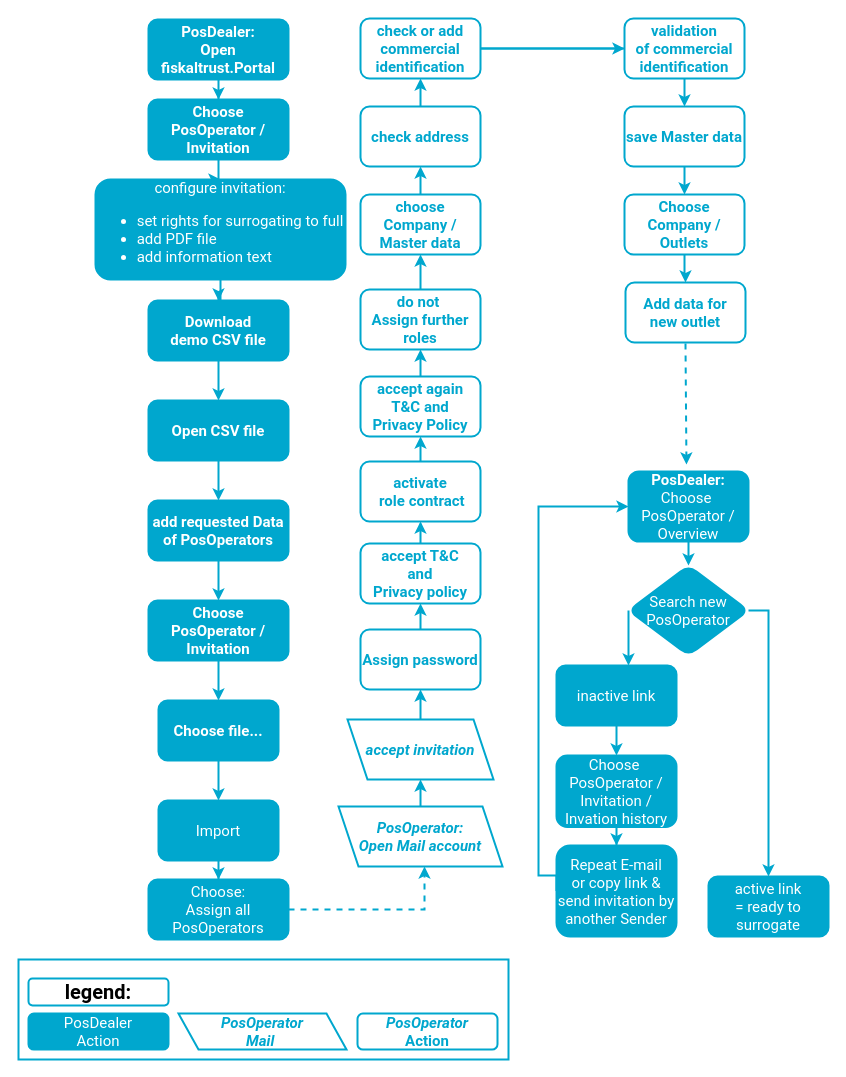
Above: getting-started/operator-onboarding/images/sources/onboarding-bulk.drawio in fiskaltrust/rollout-doc (draw.io), before the change. Source tidied: cells renumbered, new cells numbered last; positions are measured from the earlier drawing's top-left corner, leaving out a move shared by most shapes. Both pictures are drawn from the tidied source at 100%, with x=0, y=0 at pixel (18, 18).
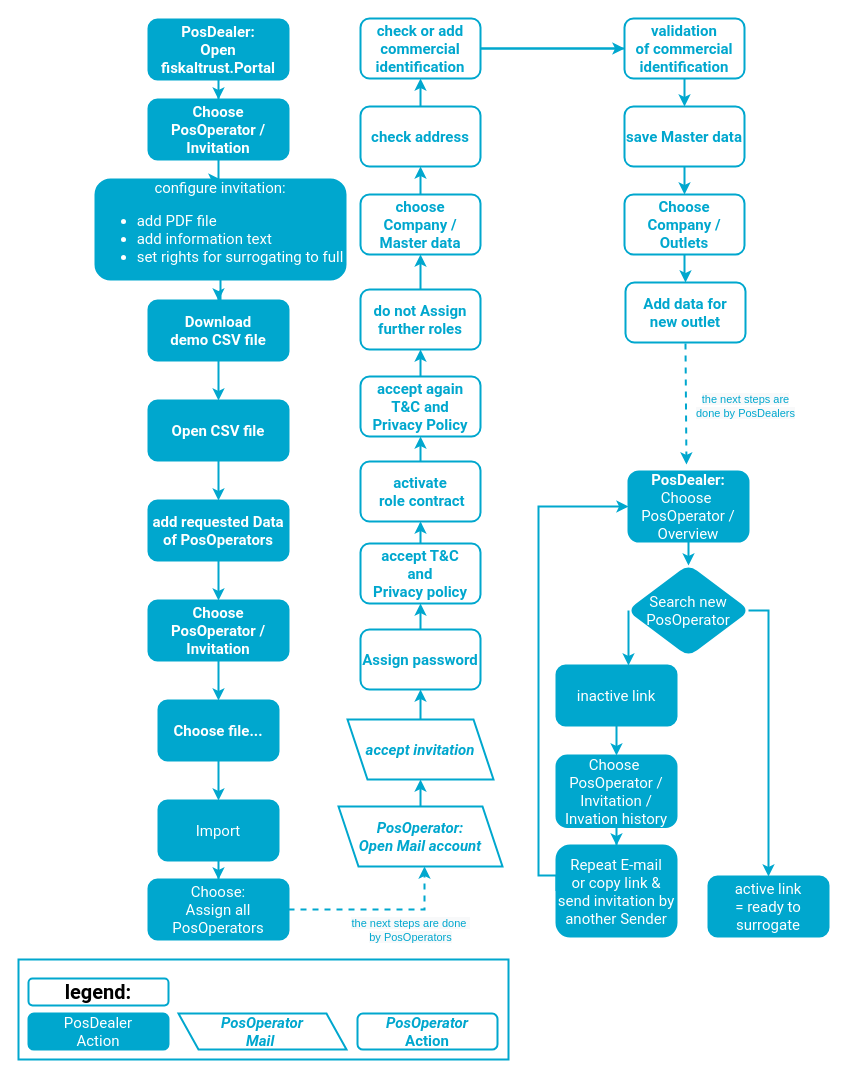
After the change.

Unchanged cells that the change refers to:
```xml
<mxCell id="30" style="edgeStyle=orthogonalEdgeStyle;rounded=0;jettySize=auto;html=1;fontFamily=Roboto;fontSize=15;fontColor=#00A7CE;strokeColor=#00A7CE;strokeWidth=2;dashed=1;" parent="1" edge="1" source="53" target="68">
  <mxGeometry relative="1" as="geometry">
    <Array as="points">
      <mxPoint x="406" y="891" />
    </Array>
  </mxGeometry>
</mxCell>
<mxCell id="57" style="edgeStyle=orthogonalEdgeStyle;rounded=0;jettySize=auto;html=1;strokeColor=#00A7CE;strokeWidth=2;dashed=1;entryX=0.483;entryY=-0.101;entryDx=0;entryDy=0;entryPerimeter=0;" parent="1" edge="1" target="43">
  <mxGeometry relative="1" as="geometry">
    <mxPoint x="667" y="325" as="sourcePoint" />
  </mxGeometry>
</mxCell>
```

Diff of the diagram source:
```diff
@@
-    <mxCell id="19" value="configure invitation:&lt;br&gt;&lt;ul&gt;&lt;li style=&quot;text-align: left&quot;&gt;set rights for surrogating to full&lt;/li&gt;&lt;li style=&quot;text-align: left&quot;&gt;add PDF file&lt;/li&gt;&lt;li style=&quot;text-align: left&quot;&gt;add information&amp;nbsp;text&lt;/li&gt;&lt;/ul&gt;" style="whiteSpace=wrap;html=1;rounded=1;fontFamily=Roboto;fontSize=15;fontColor=#FFFFFF;strokeColor=#00A7CE;fillColor=#00A7CE;strokeWidth=2;" parent="1" vertex="1">
+    <mxCell id="19" value="configure invitation:&lt;br&gt;&lt;ul&gt;&lt;li style=&quot;text-align: left&quot;&gt;&lt;span&gt;add PDF file&lt;/span&gt;&lt;br&gt;&lt;/li&gt;&lt;li style=&quot;text-align: left&quot;&gt;add information&amp;nbsp;text&lt;/li&gt;&lt;li style=&quot;text-align: left&quot;&gt;set rights for surrogating to full&lt;/li&gt;&lt;/ul&gt;" style="whiteSpace=wrap;html=1;rounded=1;fontFamily=Roboto;fontSize=15;fontColor=#FFFFFF;strokeColor=#00A7CE;fillColor=#00A7CE;strokeWidth=2;" parent="1" vertex="1">
       <mxGeometry x="77" y="161" width="250" height="100" as="geometry" />
     </mxCell>
@@
+    <mxCell id="69" value="&lt;span style=&quot;color: rgb(0 , 167 , 206) ; background-color: rgb(248 , 249 , 250)&quot;&gt;the next steps are done&amp;nbsp;&lt;/span&gt;&lt;br style=&quot;color: rgb(0 , 167 , 206) ; background-color: rgb(248 , 249 , 250)&quot;&gt;&lt;span style=&quot;color: rgb(0 , 167 , 206) ; background-color: rgb(248 , 249 , 250)&quot;&gt;by PosOperators&lt;/span&gt;" style="edgeLabel;html=1;align=center;verticalAlign=middle;" parent="30" vertex="1">
+      <mxGeometry x="-0.3" relative="1" as="geometry">
+        <mxPoint x="58" y="20" as="offset" />
+      </mxGeometry>
+    </mxCell>
@@
-    <mxCell id="36" value="&lt;h4&gt;do not&amp;nbsp;&lt;br&gt;Assign further roles&lt;/h4&gt;" style="whiteSpace=wrap;html=1;rounded=1;fontFamily=Roboto;fontSize=15;fontColor=#00A7CE;fontStyle=1;strokeColor=#00A7CE;flipV=1;strokeWidth=2;" parent="1" vertex="1">
+    <mxCell id="36" value="&lt;h4&gt;do not&amp;nbsp;Assign further roles&lt;/h4&gt;" style="whiteSpace=wrap;html=1;rounded=1;fontFamily=Roboto;fontSize=15;fontColor=#00A7CE;fontStyle=1;strokeColor=#00A7CE;flipV=1;strokeWidth=2;" parent="1" vertex="1">
       <mxGeometry x="342" y="271" width="120" height="60" as="geometry" />
     </mxCell>
@@
+    <mxCell id="70" value="&lt;span style=&quot;color: rgb(0 , 167 , 206) ; background-color: rgb(248 , 249 , 250)&quot;&gt;the next steps are&lt;/span&gt;&lt;br style=&quot;color: rgb(0 , 167 , 206) ; background-color: rgb(248 , 249 , 250)&quot;&gt;&lt;span style=&quot;color: rgb(0 , 167 , 206) ; background-color: rgb(248 , 249 , 250)&quot;&gt;done by PosDealers&lt;/span&gt;" style="edgeLabel;html=1;align=center;verticalAlign=middle;" parent="57" vertex="1">
+      <mxGeometry x="-0.16" relative="1" as="geometry">
+        <mxPoint x="59" y="12" as="offset" />
+      </mxGeometry>
+    </mxCell>
```
